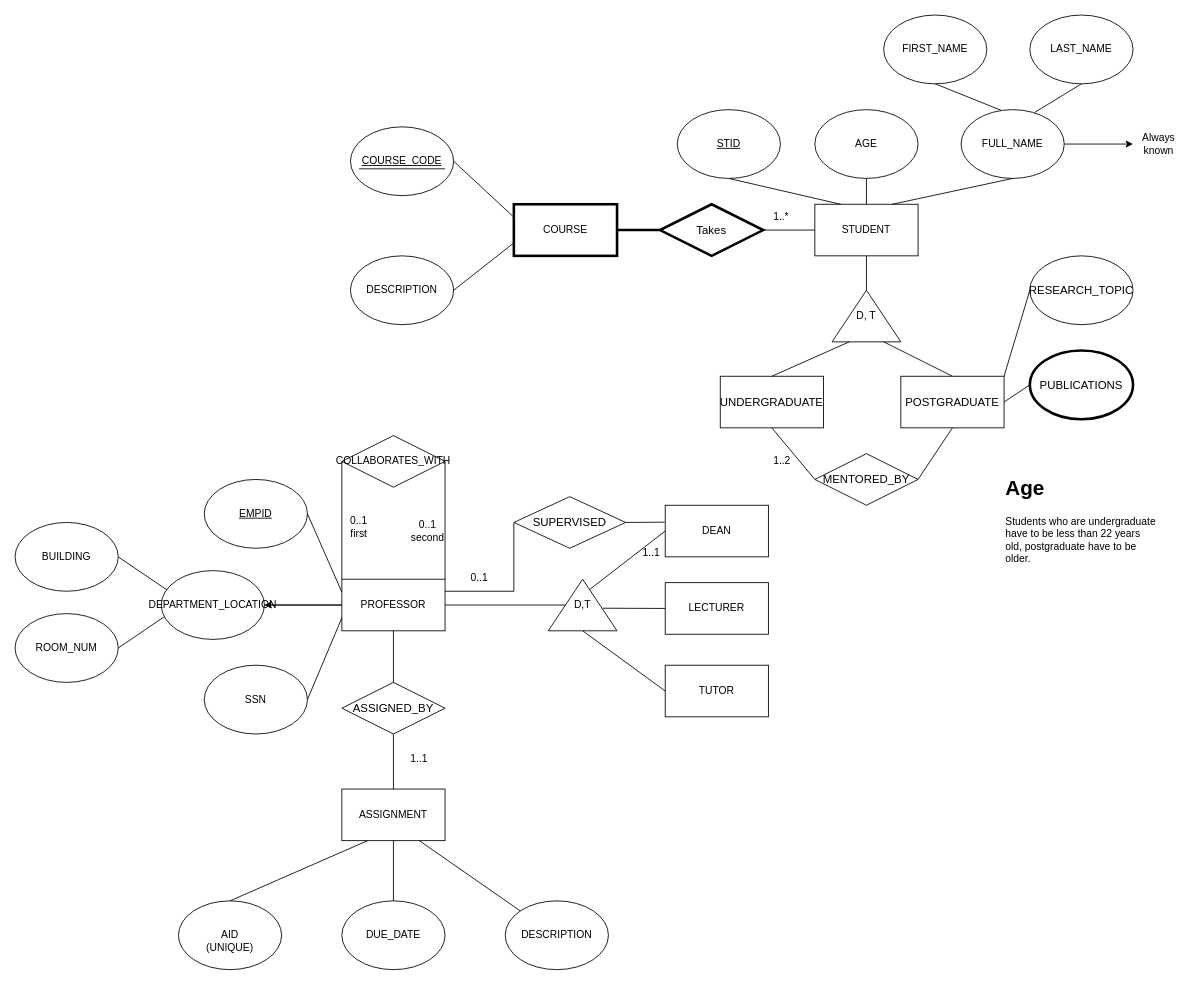
Above: DM-HW1_Janis & Cuihuan.drawio in us-ja/Data_Management (draw.io), before the change. Source tidied: cells renumbered, new cells numbered last; positions are measured from the earlier drawing's top-left corner, leaving out a move shared by most shapes. Both pictures are drawn from the tidied source at 86%, with x=0, y=0 at pixel (15, 15).
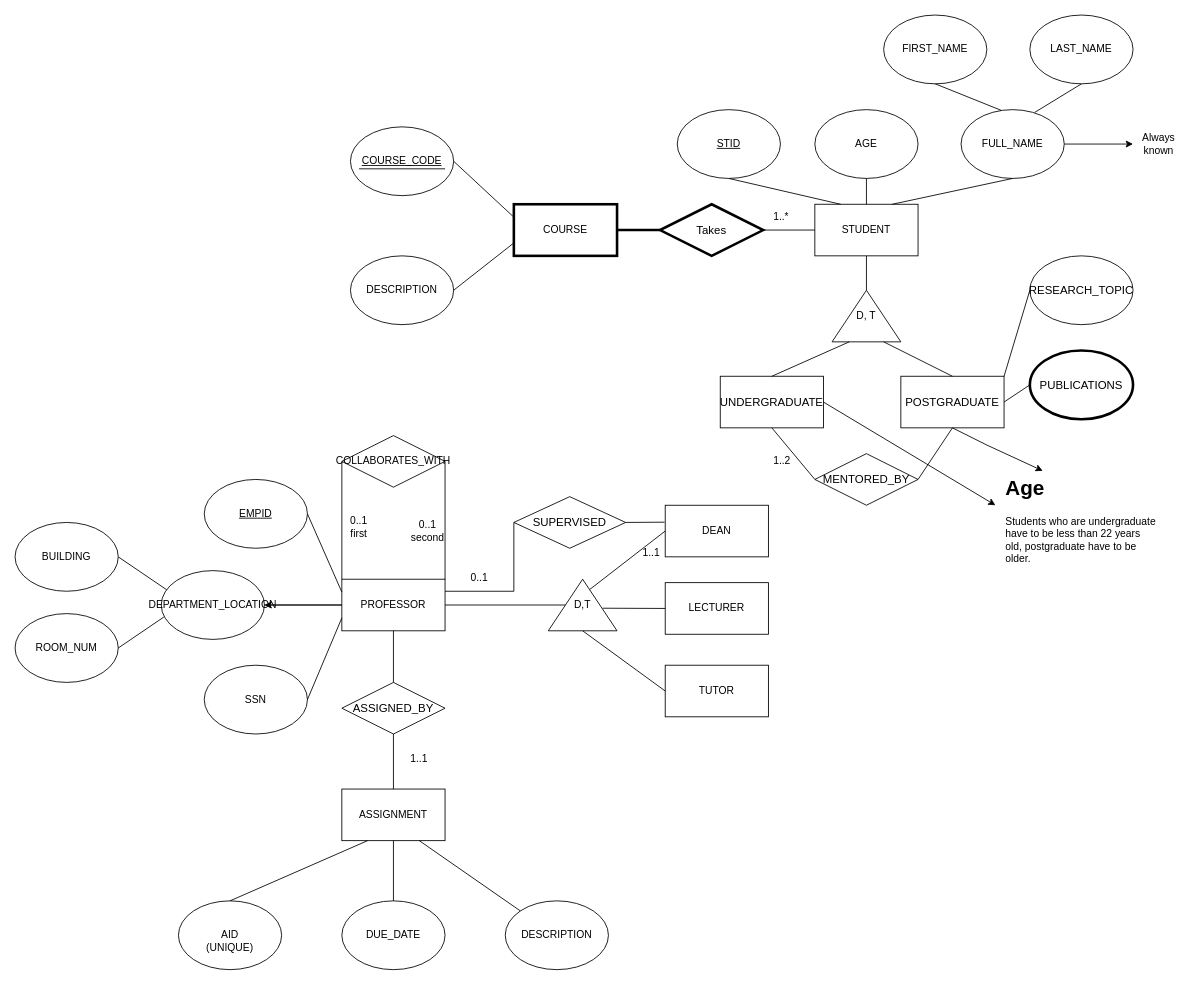
The same page after the edit.

Commit message:
arrows to age

The change refers to these unchanged cells:
```xml
<mxCell id="16" value="&lt;div style=&quot;caret-color: rgb(0, 0, 0); color: rgb(0, 0, 0); font-style: normal; font-variant-caps: normal; font-weight: 400; letter-spacing: normal; orphans: auto; text-align: start; text-indent: 0px; text-transform: none; white-space: normal; widows: auto; word-spacing: 0px; -webkit-text-stroke-width: 0px; text-decoration: none;&quot;&gt;&lt;span style=&quot;font-size: 9.96264pt; font-family: LMRoman10-Regular; color: rgb(0, 0, 0);&quot;&gt;UNDERGRADUATE&lt;/span&gt;&lt;/div&gt;" style="rounded=0;whiteSpace=wrap;html=1;" parent="1" vertex="1">
  <mxGeometry x="820" y="420" width="120" height="60" as="geometry" />
</mxCell>
<mxCell id="17" value="&lt;div style=&quot;caret-color: rgb(0, 0, 0); color: rgb(0, 0, 0); font-style: normal; font-variant-caps: normal; font-weight: 400; letter-spacing: normal; orphans: auto; text-align: start; text-indent: 0px; text-transform: none; white-space: normal; widows: auto; word-spacing: 0px; -webkit-text-stroke-width: 0px; text-decoration: none;&quot;&gt;&lt;span style=&quot;font-size: 9.96264pt; font-family: LMRoman10-Regular; color: rgb(0, 0, 0);&quot;&gt;POSTGRADUATE&lt;/span&gt;&lt;/div&gt;" style="rounded=0;whiteSpace=wrap;html=1;" parent="1" vertex="1">
  <mxGeometry x="1030" y="420" width="120" height="60" as="geometry" />
</mxCell>
<mxCell id="79" value="&lt;h1 style=&quot;margin-top: 0px;&quot;&gt;Age&amp;nbsp;&lt;/h1&gt;&lt;div&gt;Students who are undergraduate have to be less than 22 years old, postgraduate have to be older.&lt;/div&gt;" style="text;html=1;whiteSpace=wrap;overflow=hidden;rounded=0;" parent="1" vertex="1">
  <mxGeometry x="1150" y="530" width="180" height="120" as="geometry" />
</mxCell>
```

Diff of the diagram source:
```diff
@@
+    <mxCell id="83" style="endArrow=classic;html=1;rounded=0;exitX=1;exitY=0.5;exitDx=0;exitDy=0;" parent="1" edge="1" source="16">
+      <mxGeometry relative="1" as="geometry">
+        <mxPoint x="1140" y="570" as="targetPoint" />
+      </mxGeometry>
+    </mxCell>
+    <mxCell id="84" style="endArrow=classic;html=1;rounded=0;exitX=0.5;exitY=1;exitDx=0;exitDy=0;entryX=0.25;entryY=0;entryDx=0;entryDy=0;" parent="1" edge="1" source="17" target="79">
+      <mxGeometry relative="1" as="geometry">
+        <Array as="points">
+          <mxPoint x="1130" y="500" />
+        </Array>
+      </mxGeometry>
+    </mxCell>
```
